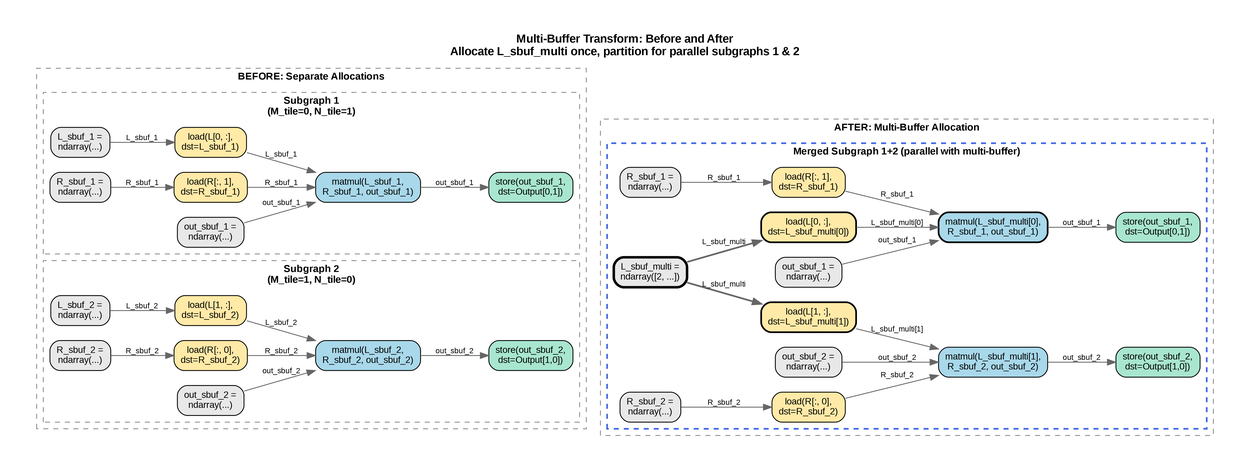
The Graphviz diagram design/figures/matmul_compute_graph_multi_buffer.png in awslabs/nki-autotune, before a commit. Its source is kept beside it as design/dot_scripts/matmul_compute_graph_multi_buffer.dot.
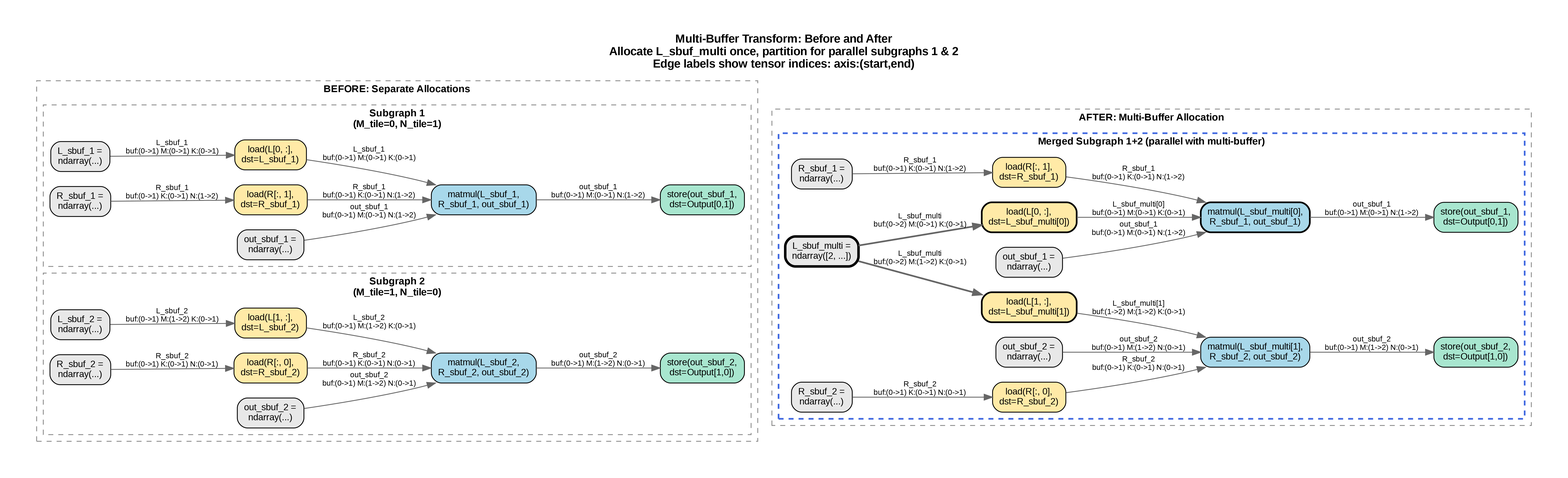
Later version of the same file.

The edit, as a diff of the source:
```diff
@@ -7,7 +7,7 @@
     node [fontname="Arial", fontsize=11, style="filled,rounded", shape=box];
     edge [fontname="Arial", fontsize=9];
 
-    label="Multi-Buffer Transform: Before and After\nAllocate L_sbuf_multi once, partition for parallel subgraphs 1 & 2";
+    label="Multi-Buffer Transform: Before and After\nAllocate L_sbuf_multi once, partition for parallel subgraphs 1 & 2\nEdge labels show tensor indices: axis:(start,end)";
     labelloc="t";
     fontsize=14;
     fontname="Arial Bold";
@@ -29,12 +29,12 @@
             before_compute_1 [label="matmul(L_sbuf_1,\nR_sbuf_1, out_sbuf_1)", fillcolor="#A8D8EA"];
             before_store_1 [label="store(out_sbuf_1,\ndst=Output[0,1])", fillcolor="#A8E6CF"];
 
-            before_alloc_L_1 -> before_load_L_1 [label="L_sbuf_1", color="#666666"];
-            before_alloc_R_1 -> before_load_R_1 [label="R_sbuf_1", color="#666666"];
-            before_alloc_out_1 -> before_compute_1 [label="out_sbuf_1", color="#666666"];
-            before_load_L_1 -> before_compute_1 [label="L_sbuf_1", color="#666666"];
-            before_load_R_1 -> before_compute_1 [label="R_sbuf_1", color="#666666"];
-            before_compute_1 -> before_store_1 [label="out_sbuf_1", color="#666666"];
+            before_alloc_L_1 -> before_load_L_1 [label="L_sbuf_1\nbuf:(0->1) M:(0->1) K:(0->1)", color="#666666"];
+            before_alloc_R_1 -> before_load_R_1 [label="R_sbuf_1\nbuf:(0->1) K:(0->1) N:(1->2)", color="#666666"];
+            before_alloc_out_1 -> before_compute_1 [label="out_sbuf_1\nbuf:(0->1) M:(0->1) N:(1->2)", color="#666666"];
+            before_load_L_1 -> before_compute_1 [label="L_sbuf_1\nbuf:(0->1) M:(0->1) K:(0->1)", color="#666666"];
+            before_load_R_1 -> before_compute_1 [label="R_sbuf_1\nbuf:(0->1) K:(0->1) N:(1->2)", color="#666666"];
+            before_compute_1 -> before_store_1 [label="out_sbuf_1\nbuf:(0->1) M:(0->1) N:(1->2)", color="#666666"];
         }
 
         subgraph cluster_before_2 {
@@ -48,12 +48,12 @@
             before_compute_2 [label="matmul(L_sbuf_2,\nR_sbuf_2, out_sbuf_2)", fillcolor="#A8D8EA"];
             before_store_2 [label="store(out_sbuf_2,\ndst=Output[1,0])", fillcolor="#A8E6CF"];
 
-            before_alloc_L_2 -> before_load_L_2 [label="L_sbuf_2", color="#666666"];
-            before_alloc_R_2 -> before_load_R_2 [label="R_sbuf_2", color="#666666"];
-            before_alloc_out_2 -> before_compute_2 [label="out_sbuf_2", color="#666666"];
-            before_load_L_2 -> before_compute_2 [label="L_sbuf_2", color="#666666"];
-            before_load_R_2 -> before_compute_2 [label="R_sbuf_2", color="#666666"];
-            before_compute_2 -> before_store_2 [label="out_sbuf_2", color="#666666"];
+            before_alloc_L_2 -> before_load_L_2 [label="L_sbuf_2\nbuf:(0->1) M:(1->2) K:(0->1)", color="#666666"];
+            before_alloc_R_2 -> before_load_R_2 [label="R_sbuf_2\nbuf:(0->1) K:(0->1) N:(0->1)", color="#666666"];
+            before_alloc_out_2 -> before_compute_2 [label="out_sbuf_2\nbuf:(0->1) M:(1->2) N:(0->1)", color="#666666"];
+            before_load_L_2 -> before_compute_2 [label="L_sbuf_2\nbuf:(0->1) M:(1->2) K:(0->1)", color="#666666"];
+            before_load_R_2 -> before_compute_2 [label="R_sbuf_2\nbuf:(0->1) K:(0->1) N:(0->1)", color="#666666"];
+            before_compute_2 -> before_store_2 [label="out_sbuf_2\nbuf:(0->1) M:(1->2) N:(0->1)", color="#666666"];
         }
     }
 
@@ -84,20 +84,20 @@
             compute_2 [label="matmul(L_sbuf_multi[1],\nR_sbuf_2, out_sbuf_2)", fillcolor="#A8D8EA"];
             store_2 [label="store(out_sbuf_2,\ndst=Output[1,0])", fillcolor="#A8E6CF"];
 
-            alloc_L_multi -> load_L_1 [label="L_sbuf_multi", color="#666666", penwidth=2];
-            alloc_L_multi -> load_L_2 [label="L_sbuf_multi", color="#666666", penwidth=2];
-            alloc_R_1 -> load_R_1 [label="R_sbuf_1", color="#666666"];
-            alloc_out_1 -> compute_1 [label="out_sbuf_1", color="#666666"];
-            alloc_R_2 -> load_R_2 [label="R_sbuf_2", color="#666666"];
-            alloc_out_2 -> compute_2 [label="out_sbuf_2", color="#666666"];
+            alloc_L_multi -> load_L_1 [label="L_sbuf_multi\nbuf:(0->2) M:(0->1) K:(0->1)", color="#666666", penwidth=2];
+            alloc_L_multi -> load_L_2 [label="L_sbuf_multi\nbuf:(0->2) M:(1->2) K:(0->1)", color="#666666", penwidth=2];
+            alloc_R_1 -> load_R_1 [label="R_sbuf_1\nbuf:(0->1) K:(0->1) N:(1->2)", color="#666666"];
+            alloc_out_1 -> compute_1 [label="out_sbuf_1\nbuf:(0->1) M:(0->1) N:(1->2)", color="#666666"];
+            alloc_R_2 -> load_R_2 [label="R_sbuf_2\nbuf:(0->1) K:(0->1) N:(0->1)", color="#666666"];
+            alloc_out_2 -> compute_2 [label="out_sbuf_2\nbuf:(0->1) M:(1->2) N:(0->1)", color="#666666"];
 
-            load_L_1 -> compute_1 [label="L_sbuf_multi[0]", color="#666666"];
-            load_R_1 -> compute_1 [label="R_sbuf_1", color="#666666"];
-            compute_1 -> store_1 [label="out_sbuf_1", color="#666666"];
+            load_L_1 -> compute_1 [label="L_sbuf_multi[0]\nbuf:(0->1) M:(0->1) K:(0->1)", color="#666666"];
+            load_R_1 -> compute_1 [label="R_sbuf_1\nbuf:(0->1) K:(0->1) N:(1->2)", color="#666666"];
+            compute_1 -> store_1 [label="out_sbuf_1\nbuf:(0->1) M:(0->1) N:(1->2)", color="#666666"];
 
-            load_L_2 -> compute_2 [label="L_sbuf_multi[1]", color="#666666"];
-            load_R_2 -> compute_2 [label="R_sbuf_2", color="#666666"];
-            compute_2 -> store_2 [label="out_sbuf_2", color="#666666"];
+            load_L_2 -> compute_2 [label="L_sbuf_multi[1]\nbuf:(1->2) M:(1->2) K:(0->1)", color="#666666"];
+            load_R_2 -> compute_2 [label="R_sbuf_2\nbuf:(0->1) K:(0->1) N:(0->1)", color="#666666"];
+            compute_2 -> store_2 [label="out_sbuf_2\nbuf:(0->1) M:(1->2) N:(0->1)", color="#666666"];
         }
     }
 
```
